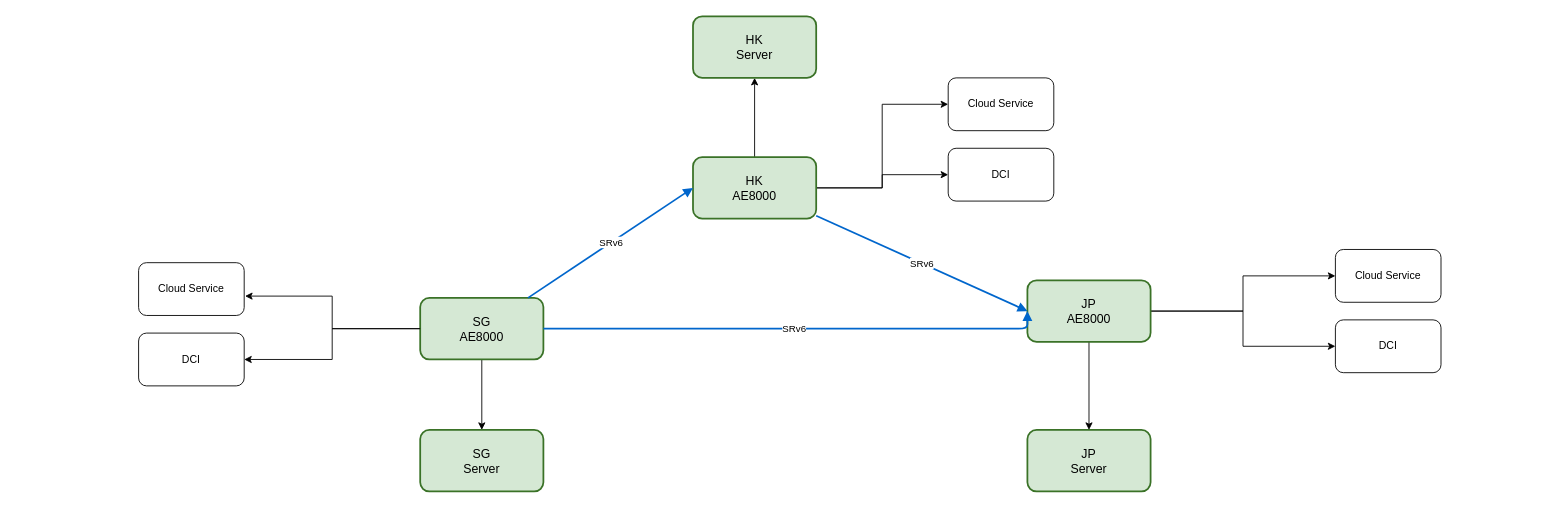
Before: page "underlay" (2 of 6) of arc.drawio in seansuming/ags-sdn-arc, a draw.io diagram. Source tidied: cells renumbered, new cells numbered last; positions are measured from the earlier drawing's top-left corner, leaving out a move shared by most shapes. Both pictures are drawn from the tidied source at 88%, with x=0, y=0 at pixel (138, 16).
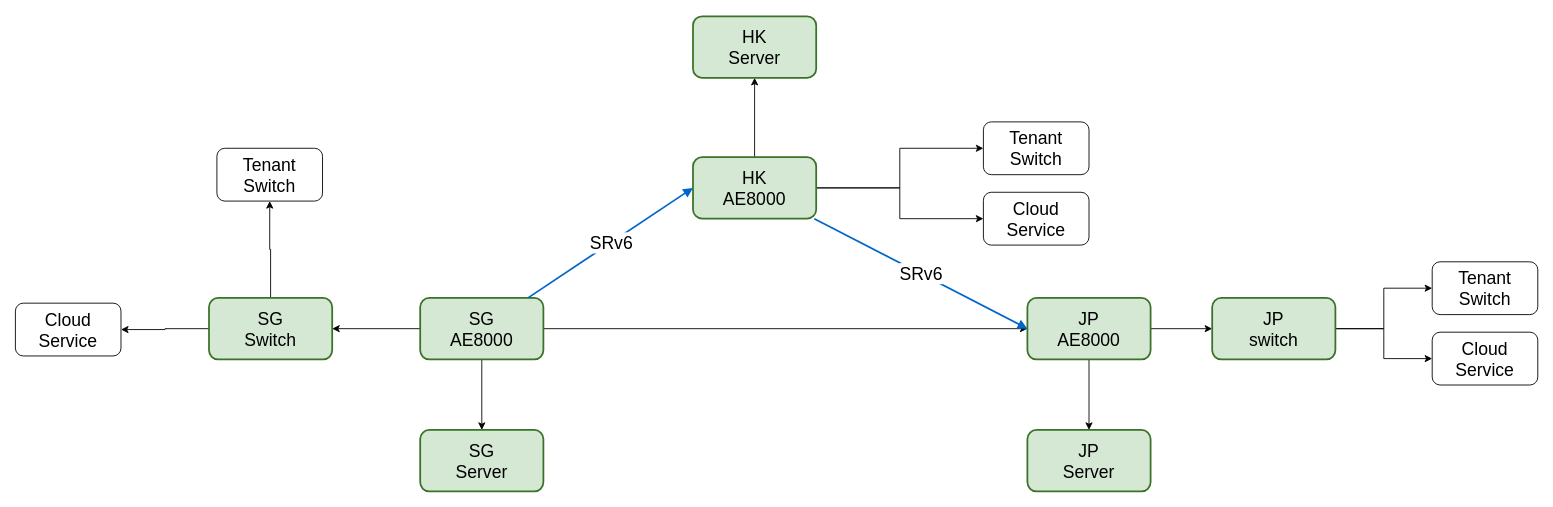
Above is the later version.

What changed in the source:
```diff
@@
-    <mxCell id="2" style="edgeStyle=orthogonalEdgeStyle;rounded=0;jettySize=auto;html=1;entryX=0.5;entryY=0;entryDx=0;entryDy=0;" parent="1" edge="1" source="4" target="16">
+    <mxCell id="2" style="edgeStyle=orthogonalEdgeStyle;rounded=0;jettySize=auto;html=1;entryX=0.5;entryY=0;entryDx=0;entryDy=0;fontSize=20;" parent="1" edge="1" source="4" target="16">
       <mxGeometry relative="1" as="geometry" />
     </mxCell>
-    <mxCell id="3" style="edgeStyle=orthogonalEdgeStyle;rounded=0;jettySize=auto;html=1;entryX=1;entryY=0.5;entryDx=0;entryDy=0;" parent="1" edge="1" source="4" target="20">
-      <mxGeometry relative="1" as="geometry" />
-    </mxCell>
+    <mxCell id="26" style="edgeStyle=orthogonalEdgeStyle;rounded=0;jettySize=auto;html=1;entryX=1;entryY=0.5;entryDx=0;entryDy=0;fontSize=20;" parent="1" edge="1" source="4" target="30">
+      <mxGeometry relative="1" as="geometry" />
+    </mxCell>
+    <mxCell id="15" style="edgeStyle=orthogonalEdgeStyle;rounded=0;jettySize=auto;html=1;entryX=0;entryY=0.5;entryDx=0;entryDy=0;fontSize=20;" parent="1" edge="1" source="4" target="12">
+      <mxGeometry relative="1" as="geometry" />
+    </mxCell>
-    <mxCell id="4" value="SG&lt;br&gt;AE8000" style="rounded=1;whiteSpace=wrap;html=1;fillColor=#d5e8d4;strokeColor=#3a7227;strokeWidth=2;fontSize=14;" parent="1" vertex="1">
+    <mxCell id="4" value="SG&lt;br&gt;AE8000" style="rounded=1;whiteSpace=wrap;html=1;fillColor=#d5e8d4;strokeColor=#3a7227;strokeWidth=2;fontSize=20;" parent="1" vertex="1">
       <mxGeometry x="320" y="320" width="140" height="70" as="geometry" />
     </mxCell>
-    <mxCell id="5" style="edgeStyle=orthogonalEdgeStyle;rounded=0;jettySize=auto;html=1;entryX=0.5;entryY=1;entryDx=0;entryDy=0;" parent="1" edge="1" source="8" target="17">
+    <mxCell id="5" style="edgeStyle=orthogonalEdgeStyle;rounded=0;jettySize=auto;html=1;entryX=0.5;entryY=1;entryDx=0;entryDy=0;fontSize=20;" parent="1" edge="1" source="8" target="17">
       <mxGeometry relative="1" as="geometry" />
     </mxCell>
-    <mxCell id="6" style="edgeStyle=orthogonalEdgeStyle;rounded=0;jettySize=auto;html=1;entryX=0;entryY=0.5;entryDx=0;entryDy=0;" parent="1" edge="1" source="8" target="24">
+    <mxCell id="6" style="edgeStyle=orthogonalEdgeStyle;rounded=0;jettySize=auto;html=1;entryX=0;entryY=0.5;entryDx=0;entryDy=0;fontSize=20;" parent="1" edge="1" source="8" target="36">
       <mxGeometry relative="1" as="geometry" />
     </mxCell>
-    <mxCell id="7" style="edgeStyle=orthogonalEdgeStyle;rounded=0;jettySize=auto;html=1;" parent="1" edge="1" source="8" target="25">
+    <mxCell id="7" style="edgeStyle=orthogonalEdgeStyle;rounded=0;jettySize=auto;html=1;entryX=0;entryY=0.5;entryDx=0;entryDy=0;fontSize=20;" parent="1" edge="1" source="8" target="35">
       <mxGeometry relative="1" as="geometry" />
     </mxCell>
-    <mxCell id="8" value="HK&lt;div&gt;AE8000&lt;/div&gt;" style="rounded=1;whiteSpace=wrap;html=1;fillColor=#d5e8d4;strokeColor=#3a7227;strokeWidth=2;fontSize=14;" parent="1" vertex="1">
+    <mxCell id="8" value="HK&lt;div&gt;AE8000&lt;/div&gt;" style="rounded=1;whiteSpace=wrap;html=1;fillColor=#d5e8d4;strokeColor=#3a7227;strokeWidth=2;fontSize=20;" parent="1" vertex="1">
       <mxGeometry x="630" y="160" width="140" height="70" as="geometry" />
     </mxCell>
-    <mxCell id="9" style="edgeStyle=orthogonalEdgeStyle;rounded=0;jettySize=auto;html=1;" parent="1" edge="1" source="12" target="18">
+    <mxCell id="9" style="edgeStyle=orthogonalEdgeStyle;rounded=0;jettySize=auto;html=1;fontSize=20;" parent="1" edge="1" source="12" target="18">
       <mxGeometry relative="1" as="geometry" />
     </mxCell>
-    <mxCell id="10" style="edgeStyle=orthogonalEdgeStyle;rounded=0;jettySize=auto;html=1;" parent="1" edge="1" source="12" target="22">
-      <mxGeometry relative="1" as="geometry" />
-    </mxCell>
-    <mxCell id="11" style="edgeStyle=orthogonalEdgeStyle;rounded=0;jettySize=auto;html=1;entryX=0;entryY=0.5;entryDx=0;entryDy=0;" parent="1" edge="1" source="12" target="23">
-      <mxGeometry relative="1" as="geometry" />
-    </mxCell>
+    <mxCell id="27" style="edgeStyle=orthogonalEdgeStyle;rounded=0;jettySize=auto;html=1;fontSize=20;" parent="1" edge="1" source="12" target="33">
+      <mxGeometry relative="1" as="geometry" />
+    </mxCell>
-    <mxCell id="12" value="JP&lt;div&gt;AE8000&lt;/div&gt;" style="rounded=1;whiteSpace=wrap;html=1;fillColor=#d5e8d4;strokeColor=#3a7227;strokeWidth=2;fontSize=14;" parent="1" vertex="1">
-      <mxGeometry x="1010" y="300" width="140" height="70" as="geometry" />
+    <mxCell id="12" value="JP&lt;div&gt;AE8000&lt;/div&gt;" style="rounded=1;whiteSpace=wrap;html=1;fillColor=#d5e8d4;strokeColor=#3a7227;strokeWidth=2;fontSize=20;" parent="1" vertex="1">
+      <mxGeometry x="1010" y="320" width="140" height="70" as="geometry" />
     </mxCell>
-    <mxCell id="13" value="SRv6" style="endArrow=block;html=1;strokeColor=#0066cc;strokeWidth=2;edgeStyle=none;entryX=0;entryY=0.5;entryPerimeter=0;" parent="1" edge="1" source="4" target="8">
+    <mxCell id="13" value="SRv6" style="endArrow=block;html=1;strokeColor=#0066cc;strokeWidth=2;edgeStyle=none;entryX=0;entryY=0.5;entryPerimeter=0;fontSize=20;" parent="1" edge="1" source="4" target="8">
       <mxGeometry relative="1" as="geometry" />
     </mxCell>
-    <mxCell id="14" value="SRv6" style="endArrow=block;html=1;strokeColor=#0066cc;strokeWidth=2;edgeStyle=none;entryX=0;entryY=0.5;entryPerimeter=0;" parent="1" edge="1" source="8" target="12">
+    <mxCell id="14" value="SRv6" style="endArrow=block;html=1;strokeColor=#0066cc;strokeWidth=2;edgeStyle=none;entryX=0;entryY=0.5;entryPerimeter=0;fontSize=20;" parent="1" edge="1" source="8" target="12">
       <mxGeometry relative="1" as="geometry" />
     </mxCell>
-    <mxCell id="15" value="SRv6" style="endArrow=block;html=1;strokeColor=#0066cc;strokeWidth=2;edgeStyle=elbowEdgeStyle;elbow=vertical;entryX=0;entryY=0.5;entryPerimeter=0;exitX=1;exitY=0.5;exitDx=0;exitDy=0;" parent="1" edge="1" source="4" target="12">
-      <mxGeometry relative="1" as="geometry">
-        <Array as="points">
-          <mxPoint x="800" y="355" />
-        </Array>
-      </mxGeometry>
-    </mxCell>
-    <mxCell id="16" value="SG&lt;br&gt;Server" style="rounded=1;whiteSpace=wrap;html=1;fillColor=#d5e8d4;strokeColor=#3a7227;strokeWidth=2;fontSize=14;" parent="1" vertex="1">
+    <mxCell id="16" value="SG&lt;br&gt;Server" style="rounded=1;whiteSpace=wrap;html=1;fillColor=#d5e8d4;strokeColor=#3a7227;strokeWidth=2;fontSize=20;" parent="1" vertex="1">
       <mxGeometry x="320" y="470" width="140" height="70" as="geometry" />
     </mxCell>
-    <mxCell id="17" value="HK&lt;br&gt;Server" style="rounded=1;whiteSpace=wrap;html=1;fillColor=#d5e8d4;strokeColor=#3a7227;strokeWidth=2;fontSize=14;" parent="1" vertex="1">
+    <mxCell id="17" value="HK&lt;br&gt;Server" style="rounded=1;whiteSpace=wrap;html=1;fillColor=#d5e8d4;strokeColor=#3a7227;strokeWidth=2;fontSize=20;" parent="1" vertex="1">
       <mxGeometry x="630" width="140" height="70" as="geometry" />
     </mxCell>
-    <mxCell id="18" value="JP&lt;div&gt;Server&lt;/div&gt;" style="rounded=1;whiteSpace=wrap;html=1;fillColor=#d5e8d4;strokeColor=#3a7227;strokeWidth=2;fontSize=14;" parent="1" vertex="1">
+    <mxCell id="18" value="JP&lt;div&gt;Server&lt;/div&gt;" style="rounded=1;whiteSpace=wrap;html=1;fillColor=#d5e8d4;strokeColor=#3a7227;strokeWidth=2;fontSize=20;" parent="1" vertex="1">
       <mxGeometry x="1010" y="470" width="140" height="70" as="geometry" />
     </mxCell>
-    <mxCell id="19" value="Cloud Service" style="rounded=1;whiteSpace=wrap;html=1;" parent="1" vertex="1">
-      <mxGeometry y="280" width="120" height="60" as="geometry" />
+    <mxCell id="19" value="Tenant&lt;div&gt;Switch&lt;/div&gt;" style="rounded=1;whiteSpace=wrap;html=1;fontSize=20;" parent="1" vertex="1">
+      <mxGeometry x="89" y="150" width="120" height="60" as="geometry" />
     </mxCell>
-    <mxCell id="20" value="DCI" style="rounded=1;whiteSpace=wrap;html=1;" parent="1" vertex="1">
-      <mxGeometry y="360" width="120" height="60" as="geometry" />
-    </mxCell>
-    <mxCell id="21" style="edgeStyle=orthogonalEdgeStyle;rounded=0;jettySize=auto;html=1;entryX=1.008;entryY=0.633;entryDx=0;entryDy=0;entryPerimeter=0;" parent="1" edge="1" source="4" target="19">
-      <mxGeometry relative="1" as="geometry" />
-    </mxCell>
-    <mxCell id="22" value="Cloud Service" style="rounded=1;whiteSpace=wrap;html=1;" parent="1" vertex="1">
-      <mxGeometry x="1360" y="265" width="120" height="60" as="geometry" />
+    <mxCell id="22" value="Cloud Service" style="rounded=1;whiteSpace=wrap;html=1;fontSize=20;" parent="1" vertex="1">
+      <mxGeometry x="-140" y="326" width="120" height="60" as="geometry" />
     </mxCell>
-    <mxCell id="23" value="DCI" style="rounded=1;whiteSpace=wrap;html=1;" parent="1" vertex="1">
-      <mxGeometry x="1360" y="345" width="120" height="60" as="geometry" />
+    <mxCell id="23" value="Tenant&lt;div&gt;Switch&lt;/div&gt;" style="rounded=1;whiteSpace=wrap;html=1;fontSize=20;" parent="1" vertex="1">
+      <mxGeometry x="1470" y="279" width="120" height="60" as="geometry" />
     </mxCell>
-    <mxCell id="24" value="Cloud Service" style="rounded=1;whiteSpace=wrap;html=1;" parent="1" vertex="1">
-      <mxGeometry x="920" y="70" width="120" height="60" as="geometry" />
-    </mxCell>
-    <mxCell id="25" value="DCI" style="rounded=1;whiteSpace=wrap;html=1;" parent="1" vertex="1">
-      <mxGeometry x="920" y="150" width="120" height="60" as="geometry" />
-    </mxCell>
+    <mxCell id="28" style="edgeStyle=orthogonalEdgeStyle;rounded=0;jettySize=auto;html=1;entryX=0.5;entryY=1;entryDx=0;entryDy=0;fontSize=20;" parent="1" edge="1" source="30" target="19">
+      <mxGeometry relative="1" as="geometry" />
+    </mxCell>
+    <mxCell id="29" style="edgeStyle=orthogonalEdgeStyle;rounded=0;jettySize=auto;html=1;entryX=1;entryY=0.5;entryDx=0;entryDy=0;fontSize=20;" parent="1" edge="1" source="30" target="22">
+      <mxGeometry relative="1" as="geometry" />
+    </mxCell>
+    <mxCell id="30" value="SG&lt;div&gt;Switch&lt;/div&gt;" style="rounded=1;whiteSpace=wrap;html=1;fillColor=#d5e8d4;strokeColor=#3a7227;strokeWidth=2;fontSize=20;" parent="1" vertex="1">
+      <mxGeometry x="80" y="320" width="140" height="70" as="geometry" />
+    </mxCell>
+    <mxCell id="31" style="edgeStyle=orthogonalEdgeStyle;rounded=0;jettySize=auto;html=1;entryX=0;entryY=0.5;entryDx=0;entryDy=0;fontSize=20;" parent="1" edge="1" source="33" target="23">
+      <mxGeometry relative="1" as="geometry" />
+    </mxCell>
+    <mxCell id="32" style="edgeStyle=orthogonalEdgeStyle;rounded=0;jettySize=auto;html=1;entryX=0;entryY=0.5;entryDx=0;entryDy=0;fontSize=20;" parent="1" edge="1" source="33" target="34">
+      <mxGeometry relative="1" as="geometry" />
+    </mxCell>
+    <mxCell id="33" value="JP&lt;div&gt;switch&lt;/div&gt;" style="rounded=1;whiteSpace=wrap;html=1;fillColor=#d5e8d4;strokeColor=#3a7227;strokeWidth=2;fontSize=20;" parent="1" vertex="1">
+      <mxGeometry x="1220" y="320" width="140" height="70" as="geometry" />
+    </mxCell>
+    <mxCell id="34" value="Cloud Service" style="rounded=1;whiteSpace=wrap;html=1;fontSize=20;" parent="1" vertex="1">
+      <mxGeometry x="1470" y="359" width="120" height="60" as="geometry" />
+    </mxCell>
+    <mxCell id="35" value="Tenant&lt;div&gt;Switch&lt;/div&gt;" style="rounded=1;whiteSpace=wrap;html=1;fontSize=20;" parent="1" vertex="1">
+      <mxGeometry x="960" y="120" width="120" height="60" as="geometry" />
+    </mxCell>
+    <mxCell id="36" value="Cloud Service" style="rounded=1;whiteSpace=wrap;html=1;fontSize=20;" parent="1" vertex="1">
+      <mxGeometry x="960" y="200" width="120" height="60" as="geometry" />
+    </mxCell>
```
